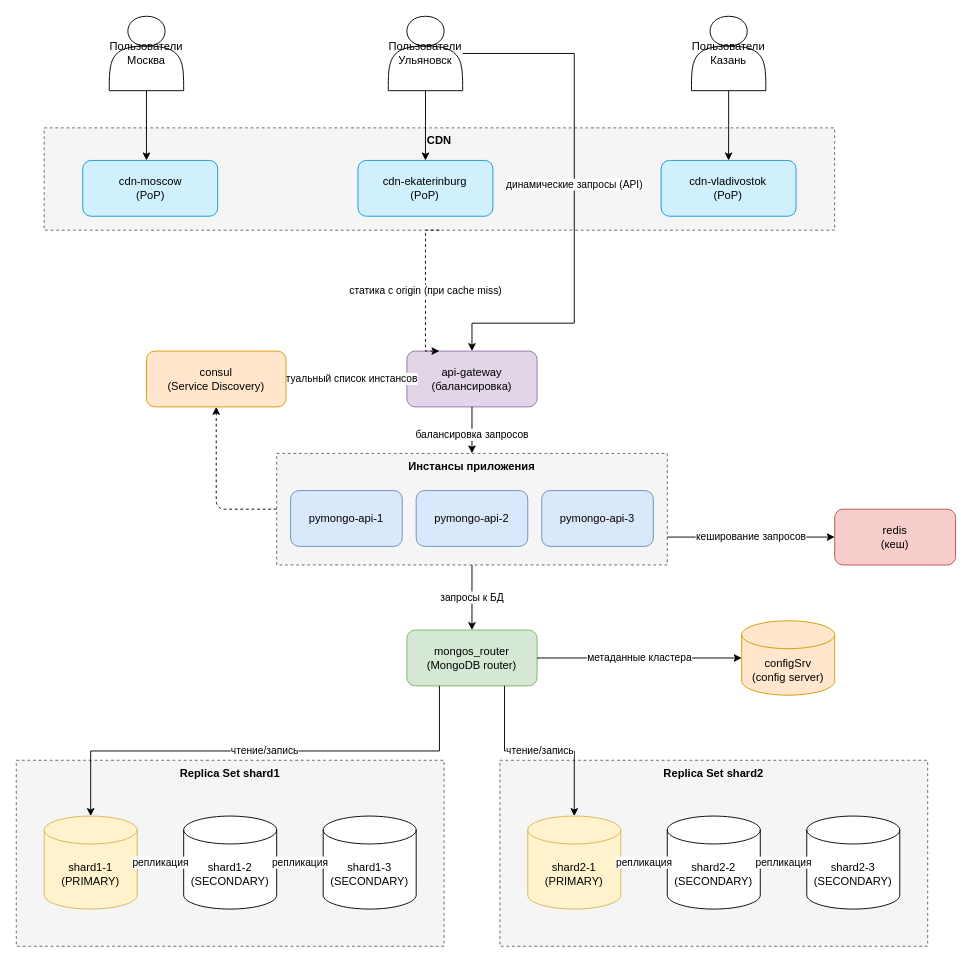
Before: task5-6/task6_cdn.drawio in Rainbow42/architecture-pro-black_friday, a draw.io diagram. Source tidied: cells renumbered, new cells numbered last; positions are measured from the earlier drawing's top-left corner, leaving out a move shared by most shapes. Both pictures are drawn from the tidied source at 93%, with x=0, y=0 at pixel (16, 16).
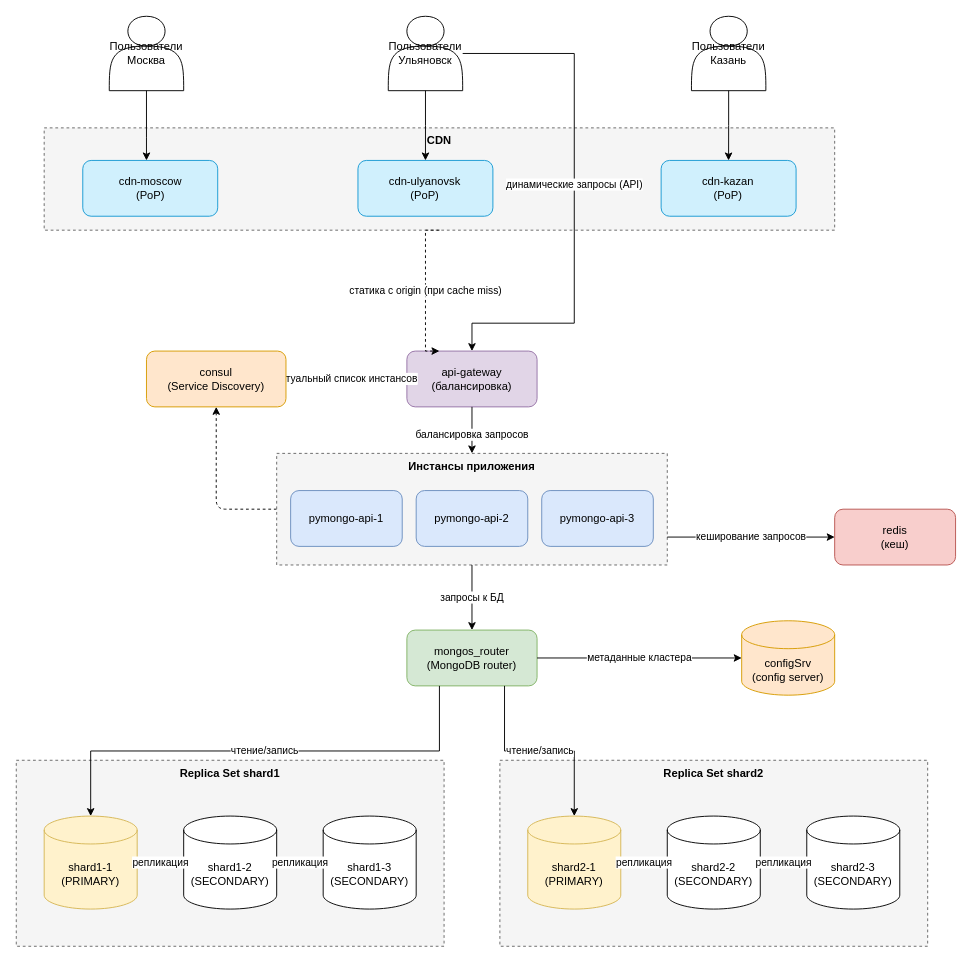
The same diagram, later.

Unchanged cells that the change refers to:
```xml
<mxCell id="34" value="CDN" style="rounded=0;whiteSpace=wrap;html=1;dashed=1;verticalAlign=top;fillColor=#f5f5f5;strokeColor=#666666;fontStyle=1;" parent="1" vertex="1">
  <mxGeometry x="30" y="120" width="850" height="110" as="geometry" />
</mxCell>
```

Diff of the diagram source:
```diff
@@
-    <mxCell id="36" value="cdn-ekaterinburg&#10;(PoP)" style="rounded=1;whiteSpace=wrap;html=1;fillColor=#d0f0fd;strokeColor=#1699d3;" parent="34" vertex="1">
+    <mxCell id="36" value="cdn-ulyanovsk&lt;br&gt;(PoP)" style="rounded=1;whiteSpace=wrap;html=1;fillColor=#d0f0fd;strokeColor=#1699d3;" parent="34" vertex="1">
       <mxGeometry x="337.4" y="35" width="145.1" height="60" as="geometry" />
     </mxCell>
-    <mxCell id="37" value="cdn-vladivostok&#10;(PoP)" style="rounded=1;whiteSpace=wrap;html=1;fillColor=#d0f0fd;strokeColor=#1699d3;" parent="34" vertex="1">
+    <mxCell id="37" value="cdn-kazan&lt;br&gt;(PoP)" style="rounded=1;whiteSpace=wrap;html=1;fillColor=#d0f0fd;strokeColor=#1699d3;" parent="34" vertex="1">
       <mxGeometry x="663.4" y="35" width="145.1" height="60" as="geometry" />
     </mxCell>
```
